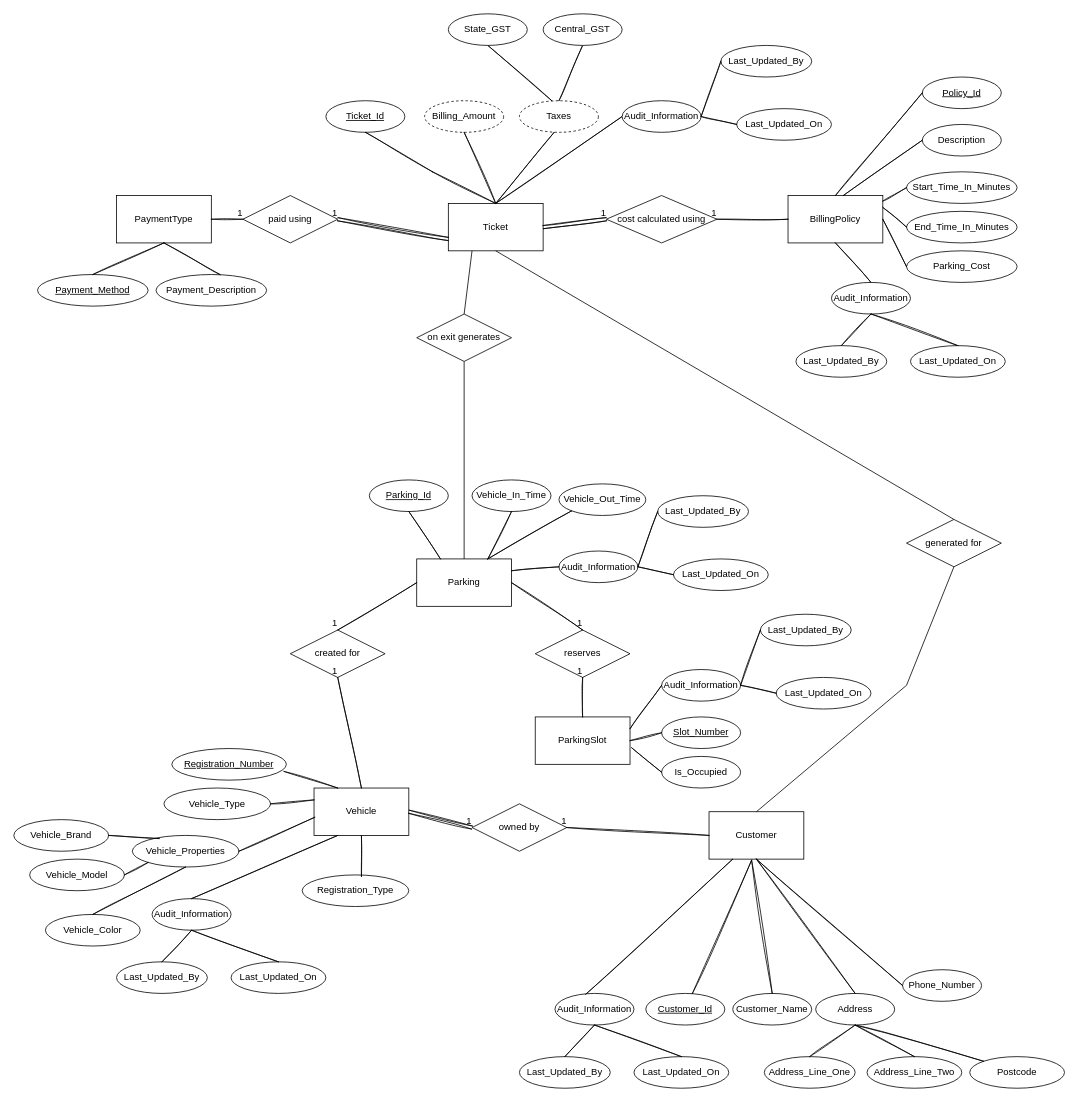
Before: page "ER Diagram" (3 of 3) of Parking.drawio in suhasark/bits-mtech-work, a draw.io diagram. Source tidied: cells renumbered, new cells numbered last; positions are measured from the earlier drawing's top-left corner, leaving out a move shared by most shapes. Both pictures are drawn from the tidied source at 79%, with x=0, y=0 at pixel (13, 13).
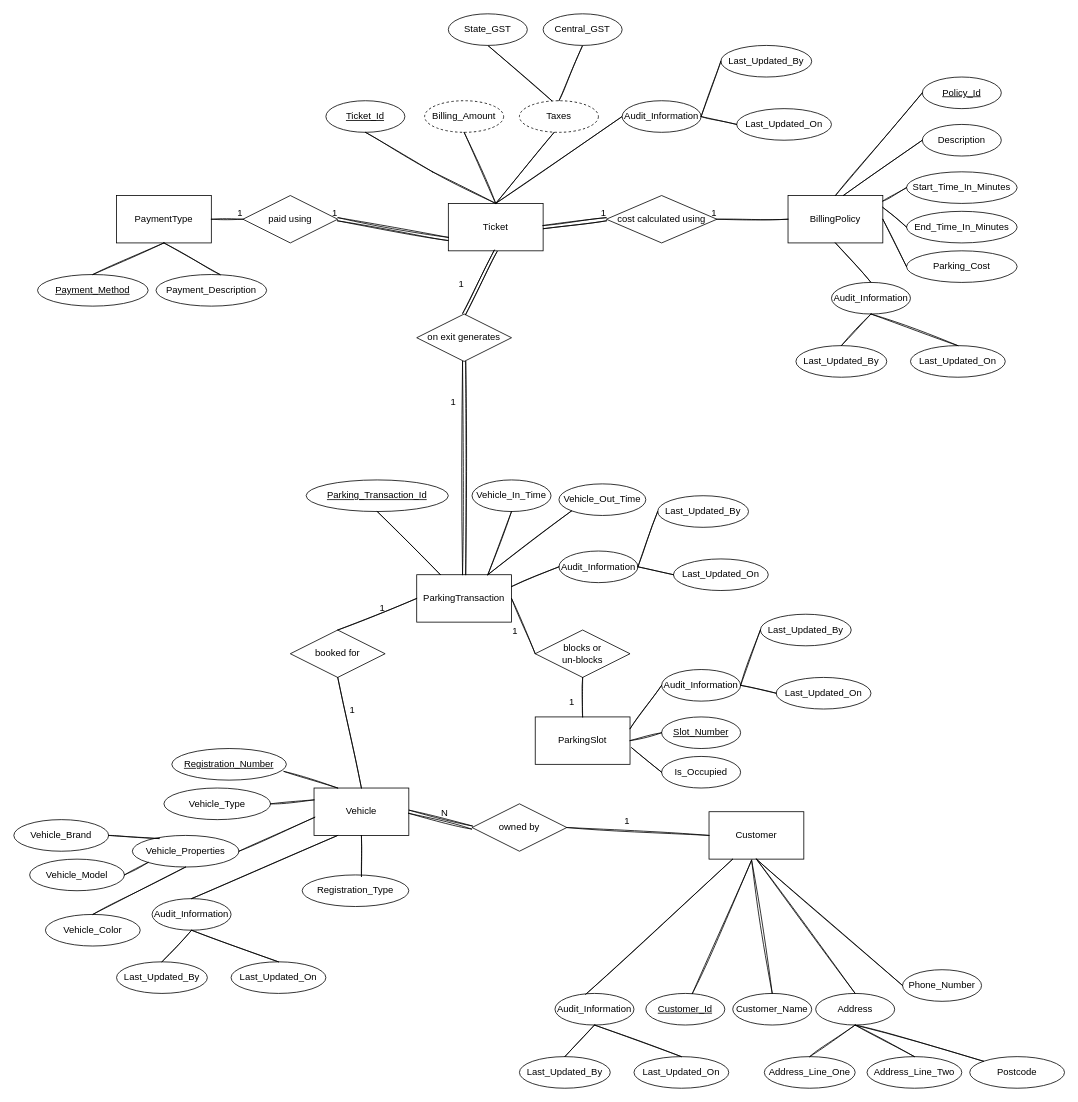
The same page after the edit.

The change refers to these unchanged cells:
```xml
<mxCell id="4" value="Ticket" style="rounded=0;whiteSpace=wrap;html=1;" parent="1" vertex="1">
  <mxGeometry x="550" y="240" width="120" height="60" as="geometry" />
</mxCell>
<mxCell id="10" value="Customer" style="rounded=0;whiteSpace=wrap;html=1;" parent="1" vertex="1">
  <mxGeometry x="880" y="1010" width="120" height="60" as="geometry" />
</mxCell>
<mxCell id="17" value="on exit generates" style="shape=rhombus;perimeter=rhombusPerimeter;whiteSpace=wrap;html=1;align=center;" parent="1" vertex="1">
  <mxGeometry x="510" y="380" width="120" height="60" as="geometry" />
</mxCell>
<mxCell id="63" style="shape=link;html=1;rounded=0;sketch=1;strokeColor=default;exitX=1;exitY=0.5;exitDx=0;exitDy=0;entryX=0;entryY=0.5;entryDx=0;entryDy=0;" parent="1" edge="1" source="3" target="15">
  <mxGeometry relative="1" as="geometry" />
</mxCell>
<mxCell id="112" style="endArrow=none;html=1;rounded=0;sketch=1;strokeColor=default;entryX=1;entryY=0.5;entryDx=0;entryDy=0;exitX=0;exitY=0.5;exitDx=0;exitDy=0;" parent="1" edge="1" source="10" target="15">
  <mxGeometry relative="1" as="geometry" />
</mxCell>
<mxCell id="140" style="endArrow=none;html=1;rounded=0;sketch=1;strokeColor=default;entryX=0.5;entryY=0;entryDx=0;entryDy=0;exitX=0;exitY=0.5;exitDx=0;exitDy=0;" parent="1" edge="1" source="6" target="16">
  <mxGeometry relative="1" as="geometry" />
</mxCell>
<mxCell id="142" style="endArrow=none;html=1;rounded=0;sketch=1;strokeColor=default;entryX=0.5;entryY=1;entryDx=0;entryDy=0;exitX=0.5;exitY=0;exitDx=0;exitDy=0;" parent="1" edge="1" source="3" target="16">
  <mxGeometry relative="1" as="geometry" />
</mxCell>
<mxCell id="146" style="endArrow=none;html=1;rounded=0;sketch=1;strokeColor=default;exitX=0.5;exitY=0;exitDx=0;exitDy=0;entryX=0.5;entryY=1;entryDx=0;entryDy=0;" parent="1" edge="1" source="2" target="14">
  <mxGeometry relative="1" as="geometry" />
</mxCell>
```

Diff of the diagram source:
```diff
@@
-    <mxCell id="6" value="Parking" style="rounded=0;whiteSpace=wrap;html=1;" parent="1" vertex="1">
-      <mxGeometry x="510" y="690" width="120" height="60" as="geometry" />
+    <mxCell id="6" value="ParkingTransaction" style="rounded=0;whiteSpace=wrap;html=1;" parent="1" vertex="1">
+      <mxGeometry x="510" y="710" width="120" height="60" as="geometry" />
     </mxCell>
@@
-    <mxCell id="8" style="endArrow=none;html=1;rounded=0;exitX=0.25;exitY=1;exitDx=0;exitDy=0;entryX=0.5;entryY=0;entryDx=0;entryDy=0;" parent="1" edge="1" source="4" target="17">
-      <mxGeometry relative="1" as="geometry" />
-    </mxCell>
-    <mxCell id="9" style="endArrow=none;html=1;rounded=0;exitX=0.5;exitY=0;exitDx=0;exitDy=0;entryX=0.5;entryY=1;entryDx=0;entryDy=0;" parent="1" edge="1" source="6" target="17">
-      <mxGeometry relative="1" as="geometry" />
-    </mxCell>
@@
-    <mxCell id="11" style="endArrow=none;html=1;rounded=0;exitX=0.5;exitY=1;exitDx=0;exitDy=0;entryX=0.5;entryY=0;entryDx=0;entryDy=0;" parent="1" edge="1" source="4" target="13">
-      <mxGeometry relative="1" as="geometry" />
-    </mxCell>
-    <mxCell id="12" style="endArrow=none;html=1;rounded=0;exitX=0.5;exitY=1;exitDx=0;exitDy=0;entryX=0.5;entryY=0;entryDx=0;entryDy=0;" parent="1" edge="1" source="13" target="10">
-      <mxGeometry relative="1" as="geometry">
-        <Array as="points">
-          <mxPoint x="1130" y="850" />
-        </Array>
-      </mxGeometry>
-    </mxCell>
-    <mxCell id="13" value="generated for" style="shape=rhombus;perimeter=rhombusPerimeter;whiteSpace=wrap;html=1;align=center;" parent="1" vertex="1">
-      <mxGeometry x="1130" y="640" width="120" height="60" as="geometry" />
-    </mxCell>
-    <mxCell id="14" value="reserves" style="shape=rhombus;perimeter=rhombusPerimeter;whiteSpace=wrap;html=1;align=center;" parent="1" vertex="1">
+    <mxCell id="14" value="blocks or &lt;br&gt;un-blocks" style="shape=rhombus;perimeter=rhombusPerimeter;whiteSpace=wrap;html=1;align=center;" parent="1" vertex="1">
       <mxGeometry x="660" y="780" width="120" height="60" as="geometry" />
     </mxCell>
@@
-    <mxCell id="16" value="created for" style="shape=rhombus;perimeter=rhombusPerimeter;whiteSpace=wrap;html=1;align=center;" parent="1" vertex="1">
+    <mxCell id="16" value="booked for" style="shape=rhombus;perimeter=rhombusPerimeter;whiteSpace=wrap;html=1;align=center;" parent="1" vertex="1">
       <mxGeometry x="350" y="780" width="120" height="60" as="geometry" />
     </mxCell>
@@
-    <mxCell id="64" value="1" style="html=1;align=right;verticalAlign=bottom;" parent="63" vertex="1">
-      <mxGeometry x="1" relative="1" as="geometry" />
+    <mxCell id="64" value="N" style="html=1;align=right;verticalAlign=bottom;" parent="63" vertex="1">
+      <mxGeometry x="1" relative="1" as="geometry">
+        <mxPoint x="-30" y="-10" as="offset" />
+      </mxGeometry>
     </mxCell>
@@
     <mxCell id="113" value="1" style="html=1;align=right;verticalAlign=bottom;" parent="112" vertex="1">
-      <mxGeometry x="1" relative="1" as="geometry" />
+      <mxGeometry x="1" relative="1" as="geometry">
+        <mxPoint x="80" as="offset" />
+      </mxGeometry>
     </mxCell>
-    <mxCell id="114" value="Parking_Id" style="ellipse;whiteSpace=wrap;html=1;align=center;fontStyle=4;" parent="1" vertex="1">
-      <mxGeometry x="450" y="590" width="100" height="40" as="geometry" />
+    <mxCell id="114" value="Parking_Transaction_Id" style="ellipse;whiteSpace=wrap;html=1;align=center;fontStyle=4;" parent="1" vertex="1">
+      <mxGeometry x="370" y="590" width="180" height="40" as="geometry" />
     </mxCell>
@@
     <mxCell id="141" value="1" style="html=1;align=right;verticalAlign=bottom;" parent="140" vertex="1">
-      <mxGeometry x="1" relative="1" as="geometry" />
+      <mxGeometry x="1" relative="1" as="geometry">
+        <mxPoint x="60" y="-20" as="offset" />
+      </mxGeometry>
     </mxCell>
@@
     <mxCell id="143" value="1" style="html=1;align=right;verticalAlign=bottom;" parent="142" vertex="1">
-      <mxGeometry x="1" relative="1" as="geometry" />
+      <mxGeometry x="1" relative="1" as="geometry">
+        <mxPoint x="22" y="50" as="offset" />
+      </mxGeometry>
     </mxCell>
-    <mxCell id="144" style="endArrow=none;html=1;rounded=0;sketch=1;strokeColor=default;exitX=1;exitY=0.5;exitDx=0;exitDy=0;entryX=0.5;entryY=0;entryDx=0;entryDy=0;" parent="1" edge="1" source="6" target="14">
+    <mxCell id="144" style="endArrow=none;html=1;rounded=0;sketch=1;strokeColor=default;exitX=1;exitY=0.5;exitDx=0;exitDy=0;entryX=0;entryY=0.5;entryDx=0;entryDy=0;" parent="1" edge="1" source="6" target="14">
       <mxGeometry relative="1" as="geometry" />
     </mxCell>
     <mxCell id="145" value="1" style="html=1;align=right;verticalAlign=bottom;" parent="144" vertex="1">
-      <mxGeometry x="1" relative="1" as="geometry" />
+      <mxGeometry x="1" relative="1" as="geometry">
+        <mxPoint x="-22" y="-20" as="offset" />
+      </mxGeometry>
     </mxCell>
@@
     <mxCell id="147" value="1" style="html=1;align=right;verticalAlign=bottom;" parent="146" vertex="1">
-      <mxGeometry x="1" relative="1" as="geometry" />
+      <mxGeometry x="1" relative="1" as="geometry">
+        <mxPoint x="-10" y="40" as="offset" />
+      </mxGeometry>
     </mxCell>
+    <mxCell id="9" style="shape=link;html=1;rounded=0;sketch=1;strokeColor=default;entryX=0.5;entryY=1;entryDx=0;entryDy=0;" parent="1" edge="1" source="6" target="17">
+      <mxGeometry relative="1" as="geometry" />
+    </mxCell>
+    <mxCell id="148" value="1" style="html=1;align=right;verticalAlign=bottom;" parent="9" vertex="1">
+      <mxGeometry x="1" relative="1" as="geometry">
+        <mxPoint x="-10" y="60" as="offset" />
+      </mxGeometry>
+    </mxCell>
+    <mxCell id="8" style="shape=link;html=1;rounded=0;sketch=1;strokeColor=default;entryX=0.5;entryY=0;entryDx=0;entryDy=0;exitX=0.5;exitY=1;exitDx=0;exitDy=0;" parent="1" edge="1" source="4" target="17">
+      <mxGeometry relative="1" as="geometry" />
+    </mxCell>
+    <mxCell id="149" value="1" style="html=1;align=right;verticalAlign=bottom;" parent="8" vertex="1">
+      <mxGeometry x="1" relative="1" as="geometry">
+        <mxPoint y="-30" as="offset" />
+      </mxGeometry>
+    </mxCell>
```
